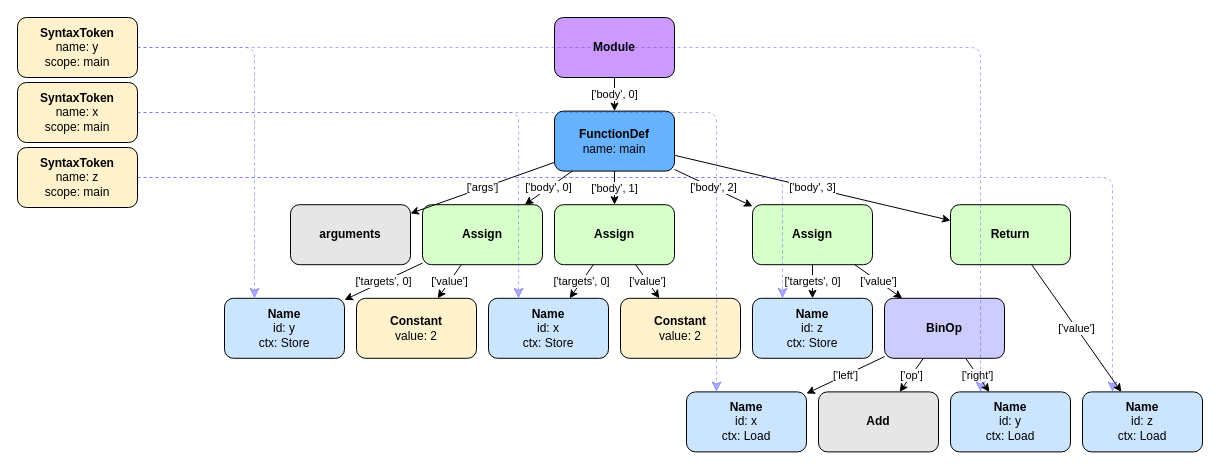
The draw.io diagram images/test-extraction-before.drawio in nastia-39/project-6390, before the edit. Source tidied: cells renumbered, new cells numbered last; positions are measured from the earlier drawing's top-left corner, leaving out a move shared by most shapes. Both pictures are drawn from the tidied source at 100%, with x=0, y=0 at pixel (17, 17).
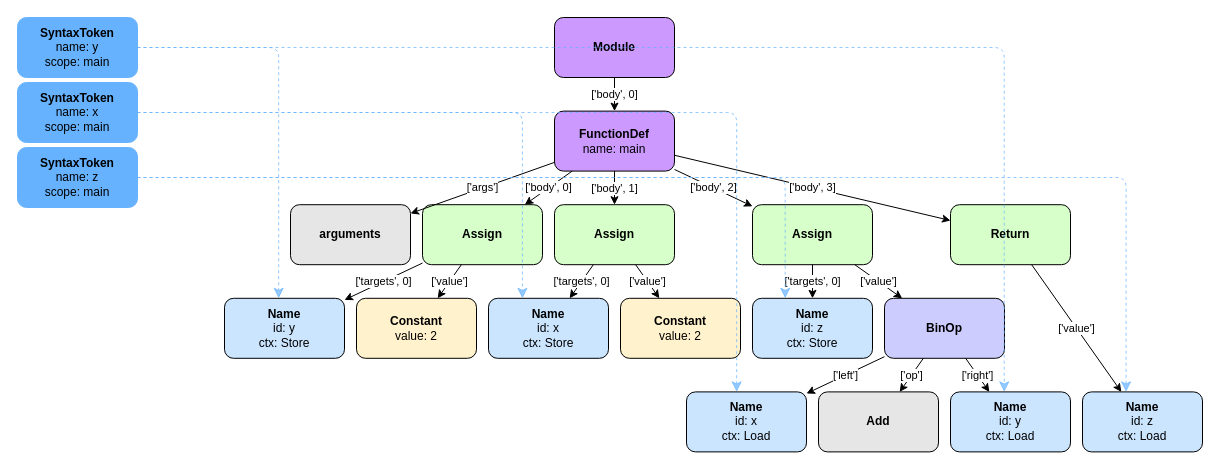
Above is the later version.

The change refers to these unchanged cells:
```xml
<mxCell id="6" value="&lt;b&gt;Name&lt;/b&gt;&lt;br&gt;id: y&lt;br&gt;ctx: Store" style="whiteSpace=wrap;html=1;rounded=1;fillColor=#CCE5FF;strokeColor=#000000;" parent="1" vertex="1">
  <mxGeometry x="207" y="280.8" width="120" height="60" as="geometry" />
</mxCell>
<mxCell id="9" value="&lt;b&gt;Name&lt;/b&gt;&lt;br&gt;id: x&lt;br&gt;ctx: Store" style="whiteSpace=wrap;html=1;rounded=1;fillColor=#CCE5FF;strokeColor=#000000;" parent="1" vertex="1">
  <mxGeometry x="471" y="280.8" width="120" height="60" as="geometry" />
</mxCell>
<mxCell id="12" value="&lt;b&gt;Name&lt;/b&gt;&lt;br&gt;id: z&lt;br&gt;ctx: Store" style="whiteSpace=wrap;html=1;rounded=1;fillColor=#CCE5FF;strokeColor=#000000;" parent="1" vertex="1">
  <mxGeometry x="735" y="280.8" width="120" height="60" as="geometry" />
</mxCell>
<mxCell id="14" value="&lt;b&gt;Name&lt;/b&gt;&lt;br&gt;id: x&lt;br&gt;ctx: Load" style="whiteSpace=wrap;html=1;rounded=1;fillColor=#CCE5FF;strokeColor=#000000;" parent="1" vertex="1">
  <mxGeometry x="669" y="374.4" width="120" height="60" as="geometry" />
</mxCell>
<mxCell id="16" value="&lt;b&gt;Name&lt;/b&gt;&lt;br&gt;id: y&lt;br&gt;ctx: Load" style="whiteSpace=wrap;html=1;rounded=1;fillColor=#CCE5FF;strokeColor=#000000;" parent="1" vertex="1">
  <mxGeometry x="933" y="374.4" width="120" height="60" as="geometry" />
</mxCell>
<mxCell id="18" value="&lt;b&gt;Name&lt;/b&gt;&lt;br&gt;id: z&lt;br&gt;ctx: Load" style="whiteSpace=wrap;html=1;rounded=1;fillColor=#CCE5FF;strokeColor=#000000;" parent="1" vertex="1">
  <mxGeometry x="1065" y="374.4" width="120" height="60" as="geometry" />
</mxCell>
```

Change to the diagram source:
```diff
@@
-    <mxCell id="3" value="&lt;b&gt;FunctionDef&lt;/b&gt;&lt;br&gt;name: main" style="whiteSpace=wrap;html=1;rounded=1;fillColor=#66B2FF;strokeColor=#000000;" parent="1" vertex="1">
+    <mxCell id="3" value="&lt;b&gt;FunctionDef&lt;/b&gt;&lt;br&gt;name: main" style="whiteSpace=wrap;html=1;rounded=1;fillColor=#CC99FF;strokeColor=#000000;" parent="1" vertex="1">
       <mxGeometry x="537" y="93.6" width="120" height="60" as="geometry" />
     </mxCell>
@@
-    <mxCell id="35" value="&lt;b&gt;SyntaxToken&lt;/b&gt;&lt;br&gt;name: y&lt;br&gt;scope: main" style="whiteSpace=wrap;html=1;rounded=1;fillColor=#FFF2CC;strokeColor=#000000;" parent="1" vertex="1">
+    <mxCell id="35" value="&lt;b&gt;SyntaxToken&lt;/b&gt;&lt;br&gt;name: y&lt;br&gt;scope: main" style="whiteSpace=wrap;html=1;rounded=1;fillColor=#66B2FF;strokeColor=#66B2FF;" parent="1" vertex="1">
       <mxGeometry width="120" height="60" as="geometry" />
     </mxCell>
-    <mxCell id="36" value="&lt;b&gt;SyntaxToken&lt;/b&gt;&lt;br&gt;name: x&lt;br&gt;scope: main" style="whiteSpace=wrap;html=1;rounded=1;fillColor=#FFF2CC;strokeColor=#000000;" parent="1" vertex="1">
+    <mxCell id="36" value="&lt;b&gt;SyntaxToken&lt;/b&gt;&lt;br&gt;name: x&lt;br&gt;scope: main" style="whiteSpace=wrap;html=1;rounded=1;fillColor=#66B2FF;strokeColor=#66B2FF;" parent="1" vertex="1">
       <mxGeometry y="65" width="120" height="60" as="geometry" />
     </mxCell>
-    <mxCell id="37" value="&lt;b&gt;SyntaxToken&lt;/b&gt;&lt;br&gt;name: z&lt;br&gt;scope: main" style="whiteSpace=wrap;html=1;rounded=1;fillColor=#FFF2CC;strokeColor=#000000;" parent="1" vertex="1">
+    <mxCell id="37" value="&lt;b&gt;SyntaxToken&lt;/b&gt;&lt;br&gt;name: z&lt;br&gt;scope: main" style="whiteSpace=wrap;html=1;rounded=1;fillColor=#66B2FF;strokeColor=#66B2FF;" parent="1" vertex="1">
       <mxGeometry y="130" width="120" height="60" as="geometry" />
     </mxCell>
-    <mxCell id="38" style="edgeStyle=segmentEdgeStyle;endArrow=classic;html=1;rounded=1;endSize=8;startSize=8;entryX=0.25;entryY=0;entryDx=0;entryDy=0;opacity=40;shadow=0;dashed=1;jumpSize=6;strokeColor=#3333FF;" parent="1" edge="1" source="35" target="6">
+    <mxCell id="38" style="edgeStyle=segmentEdgeStyle;endArrow=classic;html=1;rounded=1;endSize=8;startSize=8;entryX=0.4514250723863914;entryY=0;entryDx=0;entryDy=0;opacity=70;shadow=0;dashed=1;jumpSize=6;strokeColor=#66B2FF;" parent="1" edge="1" source="35" target="6">
       <mxGeometry relative="1" as="geometry" />
     </mxCell>
-    <mxCell id="39" style="edgeStyle=segmentEdgeStyle;endArrow=classic;html=1;rounded=1;endSize=8;startSize=8;entryX=0.25;entryY=0;entryDx=0;entryDy=0;opacity=40;shadow=0;dashed=1;jumpSize=6;strokeColor=#3333FF;" parent="1" edge="1" source="35" target="16">
+    <mxCell id="39" style="edgeStyle=segmentEdgeStyle;endArrow=classic;html=1;rounded=1;endSize=8;startSize=8;entryX=0.4476883096182438;entryY=0;entryDx=0;entryDy=0;opacity=70;shadow=0;dashed=1;jumpSize=6;strokeColor=#66B2FF;" parent="1" edge="1" source="35" target="16">
       <mxGeometry relative="1" as="geometry" />
     </mxCell>
-    <mxCell id="40" style="edgeStyle=segmentEdgeStyle;endArrow=classic;html=1;rounded=1;endSize=8;startSize=8;entryX=0.25;entryY=0;entryDx=0;entryDy=0;opacity=40;shadow=0;dashed=1;jumpSize=6;strokeColor=#3333FF;" parent="1" edge="1" source="36" target="9">
+    <mxCell id="40" style="edgeStyle=segmentEdgeStyle;endArrow=classic;html=1;rounded=1;endSize=8;startSize=8;entryX=0.28254685749333475;entryY=0;entryDx=0;entryDy=0;opacity=70;shadow=0;dashed=1;jumpSize=6;strokeColor=#66B2FF;" parent="1" edge="1" source="36" target="9">
       <mxGeometry relative="1" as="geometry" />
     </mxCell>
-    <mxCell id="41" style="edgeStyle=segmentEdgeStyle;endArrow=classic;html=1;rounded=1;endSize=8;startSize=8;entryX=0.25;entryY=0;entryDx=0;entryDy=0;opacity=40;shadow=0;dashed=1;jumpSize=6;strokeColor=#3333FF;" parent="1" edge="1" source="36" target="14">
+    <mxCell id="41" style="edgeStyle=segmentEdgeStyle;endArrow=classic;html=1;rounded=1;endSize=8;startSize=8;entryX=0.41799732204169365;entryY=0;entryDx=0;entryDy=0;opacity=70;shadow=0;dashed=1;jumpSize=6;strokeColor=#66B2FF;" parent="1" edge="1" source="36" target="14">
       <mxGeometry relative="1" as="geometry" />
     </mxCell>
-    <mxCell id="42" style="edgeStyle=segmentEdgeStyle;endArrow=classic;html=1;rounded=1;endSize=8;startSize=8;entryX=0.25;entryY=0;entryDx=0;entryDy=0;opacity=40;shadow=0;dashed=1;jumpSize=6;strokeColor=#3333FF;" parent="1" edge="1" source="37" target="12">
+    <mxCell id="42" style="edgeStyle=segmentEdgeStyle;endArrow=classic;html=1;rounded=1;endSize=8;startSize=8;entryX=0.2723938522761937;entryY=0;entryDx=0;entryDy=0;opacity=70;shadow=0;dashed=1;jumpSize=6;strokeColor=#66B2FF;" parent="1" edge="1" source="37" target="12">
       <mxGeometry relative="1" as="geometry" />
     </mxCell>
-    <mxCell id="43" style="edgeStyle=segmentEdgeStyle;endArrow=classic;html=1;rounded=1;endSize=8;startSize=8;entryX=0.25;entryY=0;entryDx=0;entryDy=0;opacity=40;shadow=0;dashed=1;jumpSize=6;strokeColor=#3333FF;" parent="1" edge="1" source="37" target="18">
+    <mxCell id="43" style="edgeStyle=segmentEdgeStyle;endArrow=classic;html=1;rounded=1;endSize=8;startSize=8;entryX=0.3631631861886322;entryY=0;entryDx=0;entryDy=0;opacity=70;shadow=0;dashed=1;jumpSize=6;strokeColor=#66B2FF;" parent="1" edge="1" source="37" target="18">
       <mxGeometry relative="1" as="geometry" />
     </mxCell>
```
